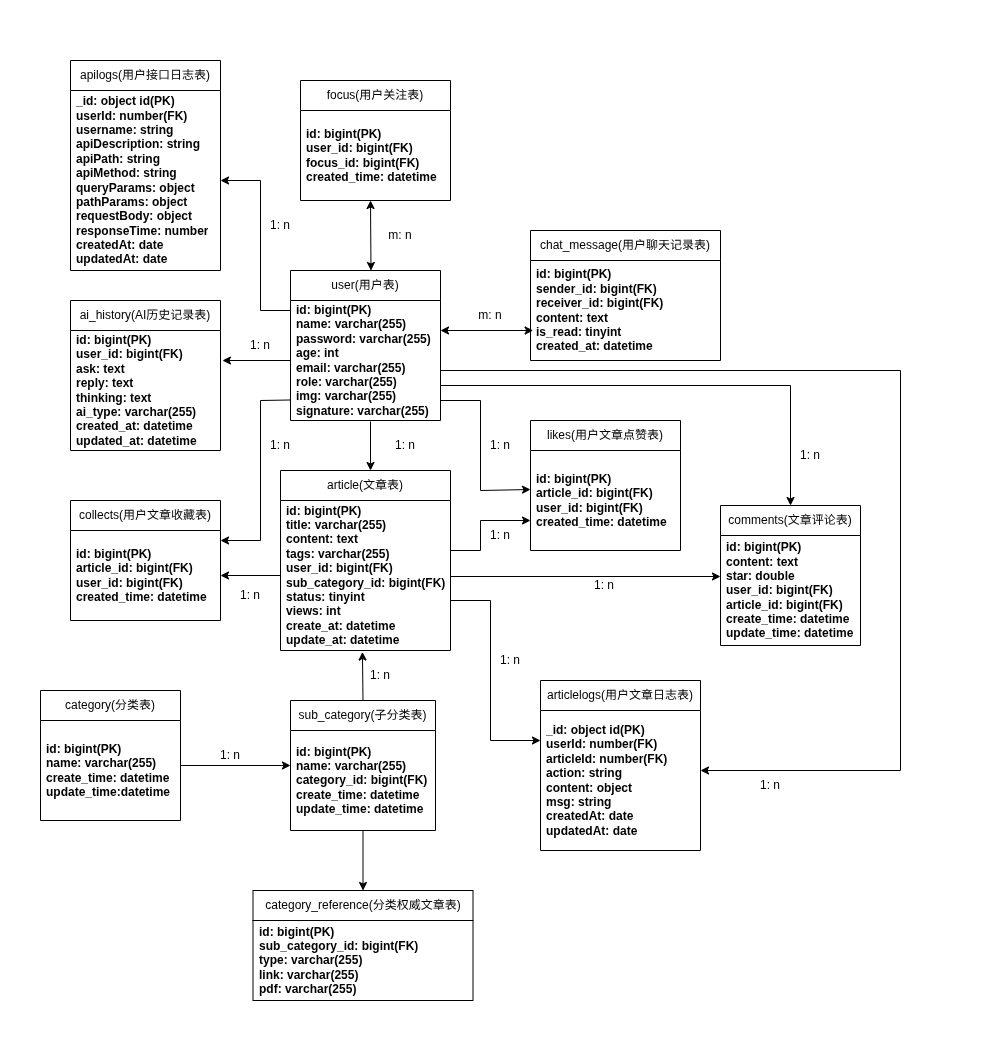
Before: static/pic/er.drawio.png, a diagram exported from draw.io (hongch666/mix-web-demo). Source tidied: cells renumbered, new cells last; positions are measured from the earlier drawing's top-left corner, leaving out a move shared by most shapes.
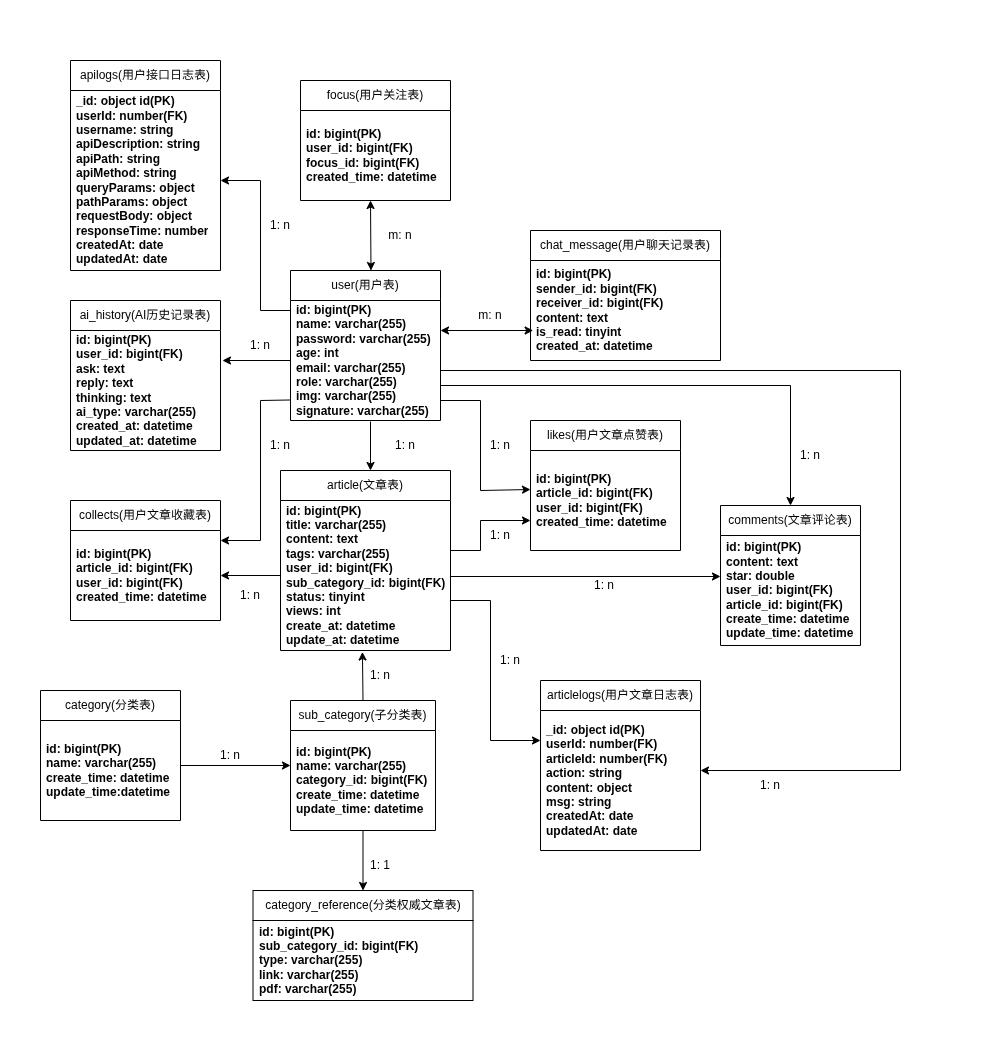
The same file after the commit.

Diff of the diagram source:
```diff
@@ -297,5 +297,8 @@
     <mxCell id="75" value="&lt;b&gt;id: bigint(PK)&lt;/b&gt;&lt;div&gt;&lt;span style=&quot;background-color: initial;&quot;&gt;&lt;b&gt;sub_category_id: bigint(FK)&lt;/b&gt;&lt;br&gt;&lt;b&gt;type: varchar(255)&lt;/b&gt;&lt;/span&gt;&lt;b style=&quot;background-color: initial;&quot;&gt;&amp;nbsp;&lt;/b&gt;&lt;/div&gt;&lt;div&gt;&lt;/div&gt;&lt;b style=&quot;border-color: rgb(218, 220, 224);&quot;&gt;link:&amp;nbsp;&lt;b style=&quot;border-color: rgb(218, 220, 224);&quot;&gt;varchar(255)&lt;br&gt;&lt;b style=&quot;border-color: rgb(218, 220, 224);&quot;&gt;pdf:&amp;nbsp;&lt;b style=&quot;border-color: rgb(218, 220, 224);&quot;&gt;varchar(255)&lt;/b&gt;&lt;/b&gt;&lt;/b&gt;&lt;/b&gt;&lt;div&gt;&lt;/div&gt;&lt;div&gt;&lt;div style=&quot;scrollbar-color: rgb(75, 75, 75) rgb(27, 29, 30);&quot;&gt;&lt;/div&gt;&lt;/div&gt;" style="text;strokeColor=none;fillColor=none;align=left;verticalAlign=middle;spacingLeft=4;spacingRight=4;overflow=hidden;whiteSpace=wrap;html=1;fontColor=default;" parent="74" vertex="1">
       <mxGeometry y="30" width="220" height="80" as="geometry" />
     </mxCell>
+    <mxCell id="76" value="1: 1" style="text;html=1;align=center;verticalAlign=middle;whiteSpace=wrap;rounded=0;" parent="1" vertex="1">
+      <mxGeometry x="350" y="850" width="60" height="30" as="geometry" />
+    </mxCell>
   </root>
 </mxGraphModel>
```
